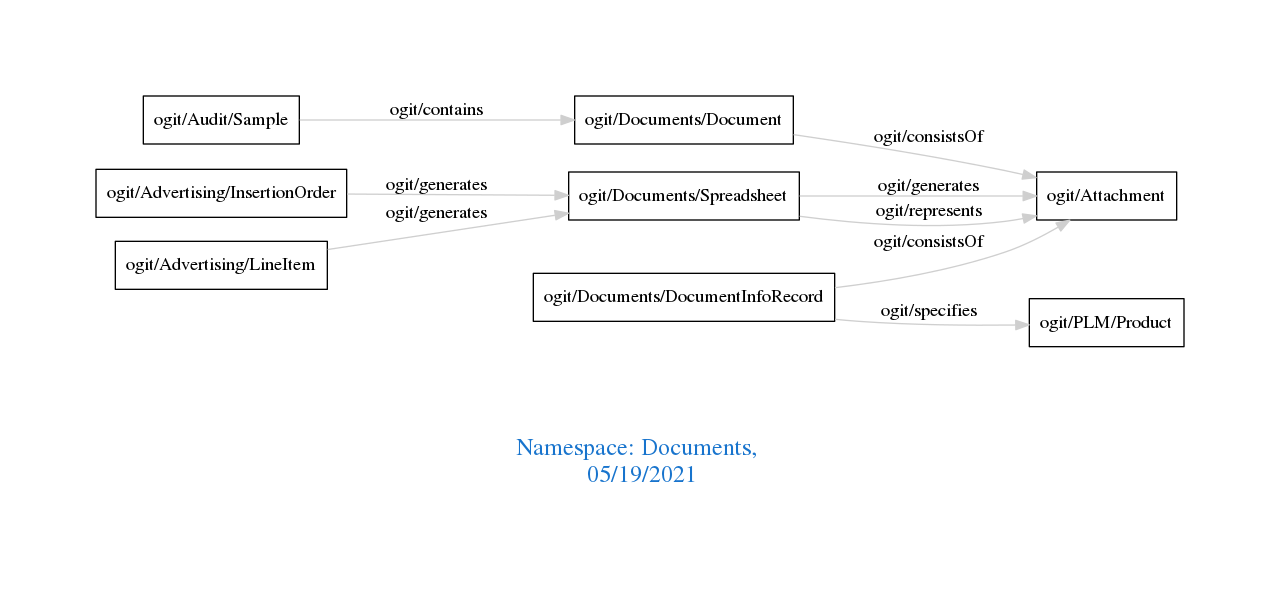
Above: downloads/Documents.png in arago/OGIT (Graphviz), before the change. Its source is kept beside it as downloads/Documents.dot.
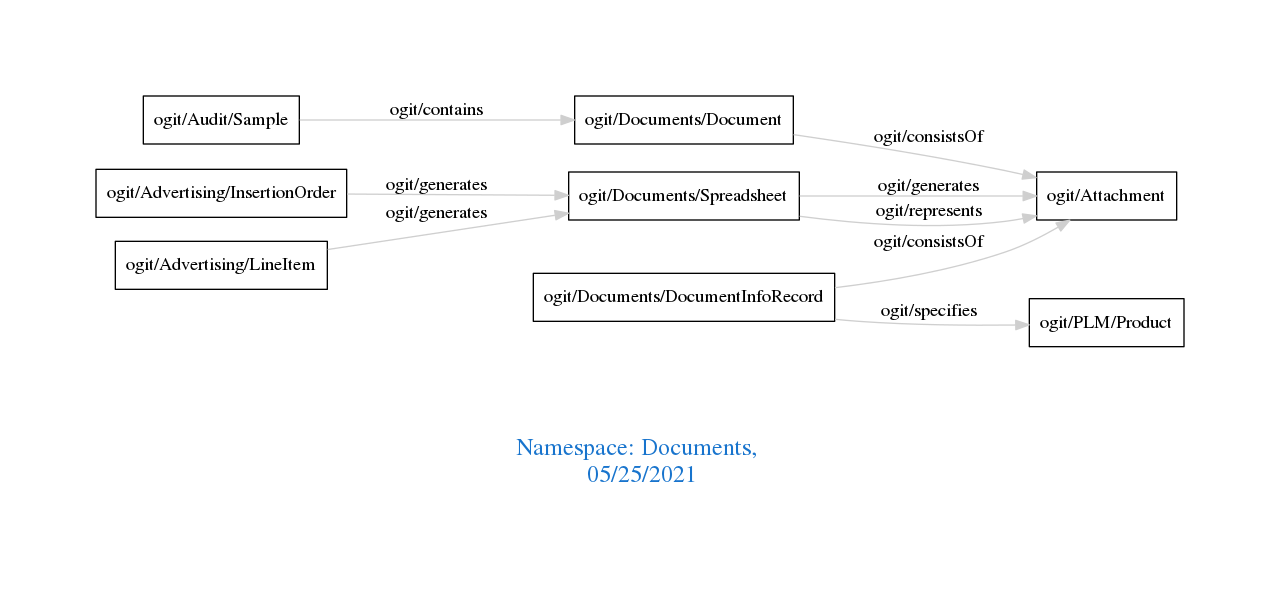
Later version of the same file.

Change to the diagram source:
```diff
@@ -1,7 +1,7 @@
 digraph OGIT_ontology {
  graph [ rankdir= LR,pad=1
 fontsize = 18,
-fontcolor= dodgerblue3,label = "\n\n\nNamespace: Documents, \n 05/19/2021"];
+fontcolor= dodgerblue3,label = "\n\n\nNamespace: Documents, \n 05/25/2021"];
 node[shape=polygon];
 edge [  color="gray81"];
 
```
